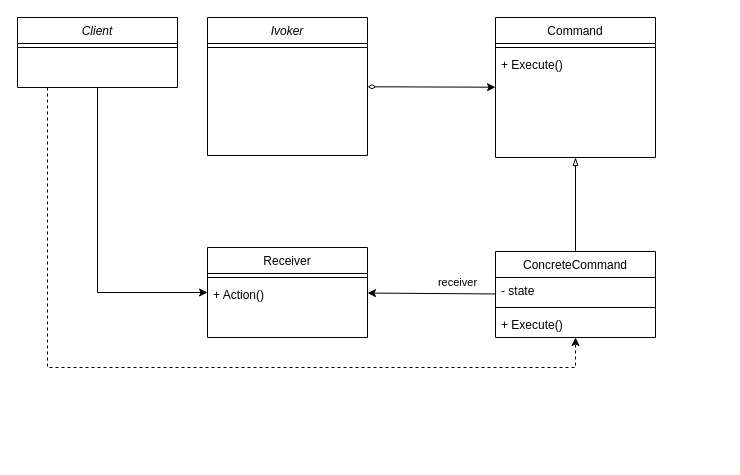
The draw.io diagram Comportamental/Objeto/Command/Command.drawio in alexfariakof/desing-patterns, before the edit. Source tidied: cells renumbered, new cells numbered last; positions are measured from the earlier drawing's top-left corner, leaving out a move shared by most shapes. Both pictures are drawn from the tidied source at 100%, with x=0, y=0 at pixel (17, 17).
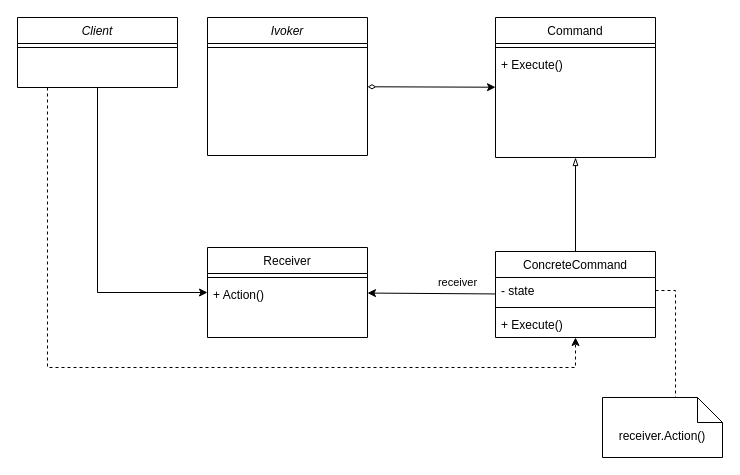
The same diagram, later.

Unchanged cells that the change refers to:
```xml
<mxCell id="12" value="- state" style="text;align=left;verticalAlign=top;spacingLeft=4;spacingRight=4;overflow=hidden;points=[[0,0.5],[1,0.5]];portConstraint=eastwest;" parent="11" vertex="1">
  <mxGeometry y="26" width="160" height="26" as="geometry" />
</mxCell>
```

The edit, as a diff of the source:
```diff
@@
+    <mxCell id="22" value="receiver.Action()" style="shape=note2;boundedLbl=1;whiteSpace=wrap;html=1;size=25;verticalAlign=top;align=center;" parent="1" vertex="1">
+      <mxGeometry x="585" y="380" width="120" height="60" as="geometry" />
+    </mxCell>
+    <mxCell id="23" style="edgeStyle=orthogonalEdgeStyle;rounded=0;jettySize=auto;html=1;endArrow=none;endFill=0;dashed=1;" parent="1" edge="1" source="12" target="22">
+      <mxGeometry relative="1" as="geometry">
+        <Array as="points">
+          <mxPoint x="658" y="273" />
+        </Array>
+      </mxGeometry>
+    </mxCell>
```
